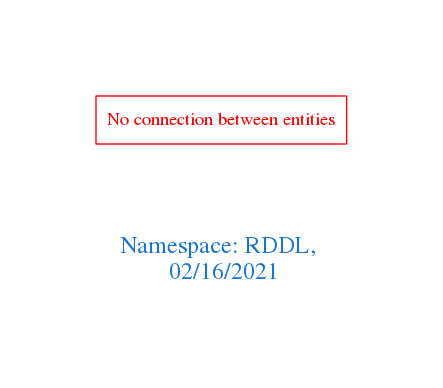
This is downloads/RDDL.png from arago/OGIT, a Graphviz export, as it was before one commit. Its source is kept beside it as downloads/RDDL.dot. Source of this version:
```dot
digraph OGIT_ontology {
 graph [ rankdir= LR,pad=1
fontsize = 18,
fontcolor= dodgerblue3,label = "\n\n\nNamespace: RDDL, \n 02/16/2021"];
node[shape=polygon];
edge [  color="gray81"];

"No connection between entities" [fontcolor = "red",color="red", shape="polygon"]
}
```
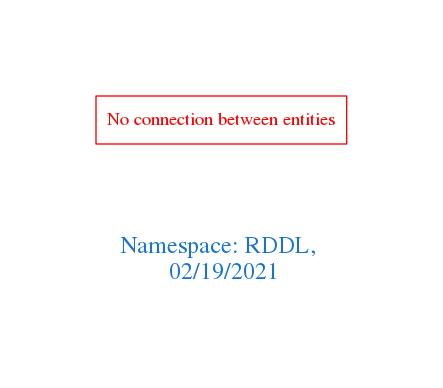
Later version of the same file.

The edit, as a diff of the source:
```diff
@@ -1,7 +1,7 @@
 digraph OGIT_ontology {
  graph [ rankdir= LR,pad=1
 fontsize = 18,
-fontcolor= dodgerblue3,label = "\n\n\nNamespace: RDDL, \n 02/16/2021"];
+fontcolor= dodgerblue3,label = "\n\n\nNamespace: RDDL, \n 02/19/2021"];
 node[shape=polygon];
 edge [  color="gray81"];
 
```
